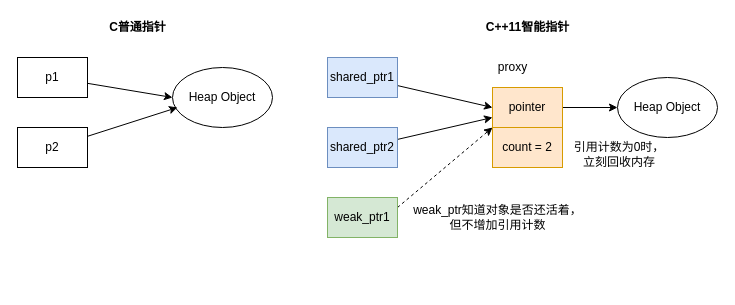
Earlier version of the draw.io diagram C++.drawio (xuelei20/drawio). Source tidied: cells renumbered, new cells numbered last; positions are measured from the earlier drawing's top-left corner, leaving out a move shared by most shapes. Both pictures are drawn from the tidied source at 100%, with x=0, y=0 at pixel (17, 17).
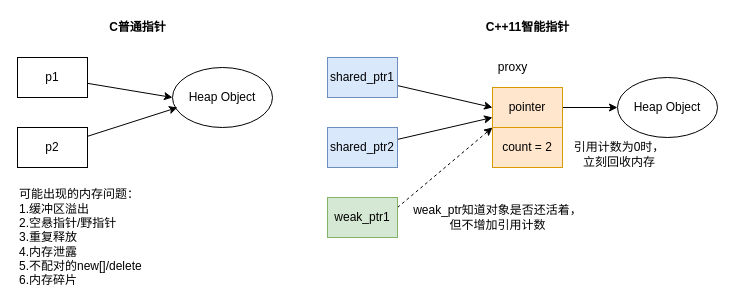
The same diagram, later.

Change to the diagram source:
```diff
@@
+    <mxCell id="22" value="可能出现的内存问题：&lt;br&gt;1.缓冲区溢出&lt;br&gt;2.空悬指针/野指针&lt;br&gt;3.重复释放&lt;br&gt;4.内存泄露&lt;br&gt;5.不配对的new[]/delete&lt;br&gt;6.内存碎片" style="text;html=1;align=left;verticalAlign=middle;" parent="1" vertex="1">
+      <mxGeometry y="170" width="140" height="100" as="geometry" />
+    </mxCell>
```
